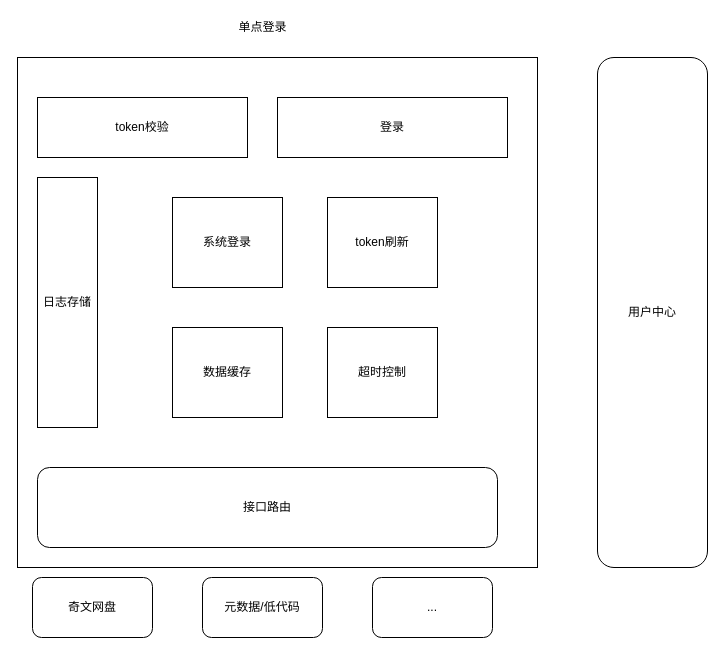
The draw.io diagram page "模块设计" (1 of 2) of 单点登录设计方案.drawio in xipeng156/drawio, before the edit. Source tidied: cells renumbered, new cells numbered last; positions are measured from the earlier drawing's top-left corner, leaving out a move shared by most shapes. Both pictures are drawn from the tidied source at 100%, with x=0, y=0 at pixel (17, 17).
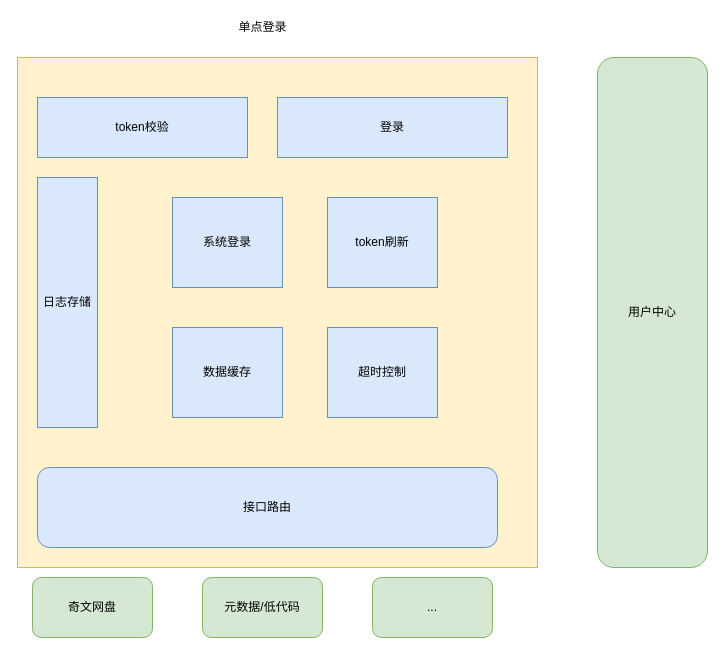
The same page after the edit.

Diff of the diagram source:
```diff
@@
 <mxGraphModel>
   <root>
     <mxCell id="0" />
     <mxCell id="1" parent="0" />
     <mxCell id="2" value="单点登录" style="text;html=1;align=center;verticalAlign=middle;strokeColor=none;" parent="1" vertex="1">
       <mxGeometry x="210" width="70" height="20" as="geometry" />
     </mxCell>
-    <mxCell id="3" style="rounded=0;whiteSpace=wrap;html=1;" parent="1" vertex="1">
+    <mxCell id="3" style="rounded=0;whiteSpace=wrap;html=1;fillColor=#fff2cc;strokeColor=#d6b656;" parent="1" vertex="1">
       <mxGeometry y="40" width="520" height="510" as="geometry" />
     </mxCell>
-    <mxCell id="4" value="接口路由" style="rounded=1;whiteSpace=wrap;html=1;" parent="1" vertex="1">
+    <mxCell id="4" value="接口路由" style="rounded=1;whiteSpace=wrap;html=1;fillColor=#dae8fc;strokeColor=#6c8ebf;" parent="1" vertex="1">
       <mxGeometry x="20" y="450" width="460" height="80" as="geometry" />
     </mxCell>
-    <mxCell id="5" value="token校验" style="rounded=0;whiteSpace=wrap;html=1;" parent="1" vertex="1">
+    <mxCell id="5" value="token校验" style="rounded=0;whiteSpace=wrap;html=1;fillColor=#dae8fc;strokeColor=#6c8ebf;" parent="1" vertex="1">
       <mxGeometry x="20" y="80" width="210" height="60" as="geometry" />
     </mxCell>
-    <mxCell id="6" value="登录" style="rounded=0;whiteSpace=wrap;html=1;" parent="1" vertex="1">
+    <mxCell id="6" value="登录" style="rounded=0;whiteSpace=wrap;html=1;fillColor=#dae8fc;strokeColor=#6c8ebf;" parent="1" vertex="1">
       <mxGeometry x="260" y="80" width="230" height="60" as="geometry" />
     </mxCell>
-    <mxCell id="7" value="用户中心" style="rounded=1;whiteSpace=wrap;html=1;" parent="1" vertex="1">
+    <mxCell id="7" value="用户中心" style="rounded=1;whiteSpace=wrap;html=1;fillColor=#d5e8d4;strokeColor=#82b366;" parent="1" vertex="1">
       <mxGeometry x="580" y="40" width="110" height="510" as="geometry" />
     </mxCell>
-    <mxCell id="8" value="数据缓存" style="rounded=0;whiteSpace=wrap;html=1;" parent="1" vertex="1">
+    <mxCell id="8" value="数据缓存" style="rounded=0;whiteSpace=wrap;html=1;fillColor=#dae8fc;strokeColor=#6c8ebf;" parent="1" vertex="1">
       <mxGeometry x="155" y="310" width="110" height="90" as="geometry" />
     </mxCell>
-    <mxCell id="9" value="日志存储" style="rounded=0;whiteSpace=wrap;html=1;" parent="1" vertex="1">
+    <mxCell id="9" value="日志存储" style="rounded=0;whiteSpace=wrap;html=1;fillColor=#dae8fc;strokeColor=#6c8ebf;" parent="1" vertex="1">
       <mxGeometry x="20" y="160" width="60" height="250" as="geometry" />
     </mxCell>
-    <mxCell id="10" value="系统登录" style="rounded=0;whiteSpace=wrap;html=1;" parent="1" vertex="1">
+    <mxCell id="10" value="系统登录" style="rounded=0;whiteSpace=wrap;html=1;fillColor=#dae8fc;strokeColor=#6c8ebf;" parent="1" vertex="1">
       <mxGeometry x="155" y="180" width="110" height="90" as="geometry" />
     </mxCell>
-    <mxCell id="11" value="超时控制" style="rounded=0;whiteSpace=wrap;html=1;" parent="1" vertex="1">
+    <mxCell id="11" value="超时控制" style="rounded=0;whiteSpace=wrap;html=1;fillColor=#dae8fc;strokeColor=#6c8ebf;" parent="1" vertex="1">
       <mxGeometry x="310" y="310" width="110" height="90" as="geometry" />
     </mxCell>
-    <mxCell id="12" value="token刷新" style="rounded=0;whiteSpace=wrap;html=1;" parent="1" vertex="1">
+    <mxCell id="12" value="token刷新" style="rounded=0;whiteSpace=wrap;html=1;fillColor=#dae8fc;strokeColor=#6c8ebf;" parent="1" vertex="1">
       <mxGeometry x="310" y="180" width="110" height="90" as="geometry" />
     </mxCell>
-    <mxCell id="13" value="奇文网盘" style="rounded=1;whiteSpace=wrap;html=1;" parent="1" vertex="1">
+    <mxCell id="13" value="奇文网盘" style="rounded=1;whiteSpace=wrap;html=1;fillColor=#d5e8d4;strokeColor=#82b366;" parent="1" vertex="1">
       <mxGeometry x="15" y="560" width="120" height="60" as="geometry" />
     </mxCell>
-    <mxCell id="14" value="元数据/低代码" style="rounded=1;whiteSpace=wrap;html=1;" parent="1" vertex="1">
+    <mxCell id="14" value="元数据/低代码" style="rounded=1;whiteSpace=wrap;html=1;fillColor=#d5e8d4;strokeColor=#82b366;" parent="1" vertex="1">
       <mxGeometry x="185" y="560" width="120" height="60" as="geometry" />
     </mxCell>
-    <mxCell id="15" value="..." style="rounded=1;whiteSpace=wrap;html=1;" parent="1" vertex="1">
+    <mxCell id="15" value="..." style="rounded=1;whiteSpace=wrap;html=1;fillColor=#d5e8d4;strokeColor=#82b366;" parent="1" vertex="1">
       <mxGeometry x="355" y="560" width="120" height="60" as="geometry" />
     </mxCell>
   </root>
 </mxGraphModel>
```
